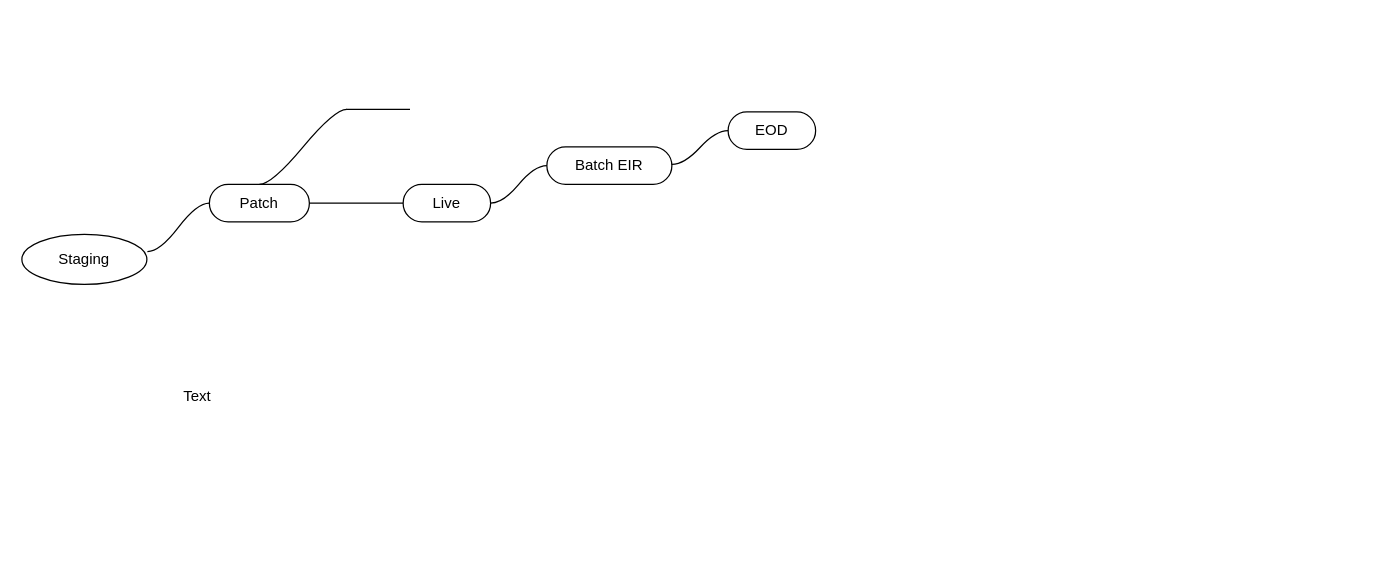
Above: Mindmap_Osx.drawio in chuckstory/KCDoc (draw.io), before the change. Source tidied: cells renumbered, new cells numbered last; positions are measured from the earlier drawing's top-left corner, leaving out a move shared by most shapes. Both pictures are drawn from the tidied source at 125%, with x=0, y=0 at pixel (21, 59).
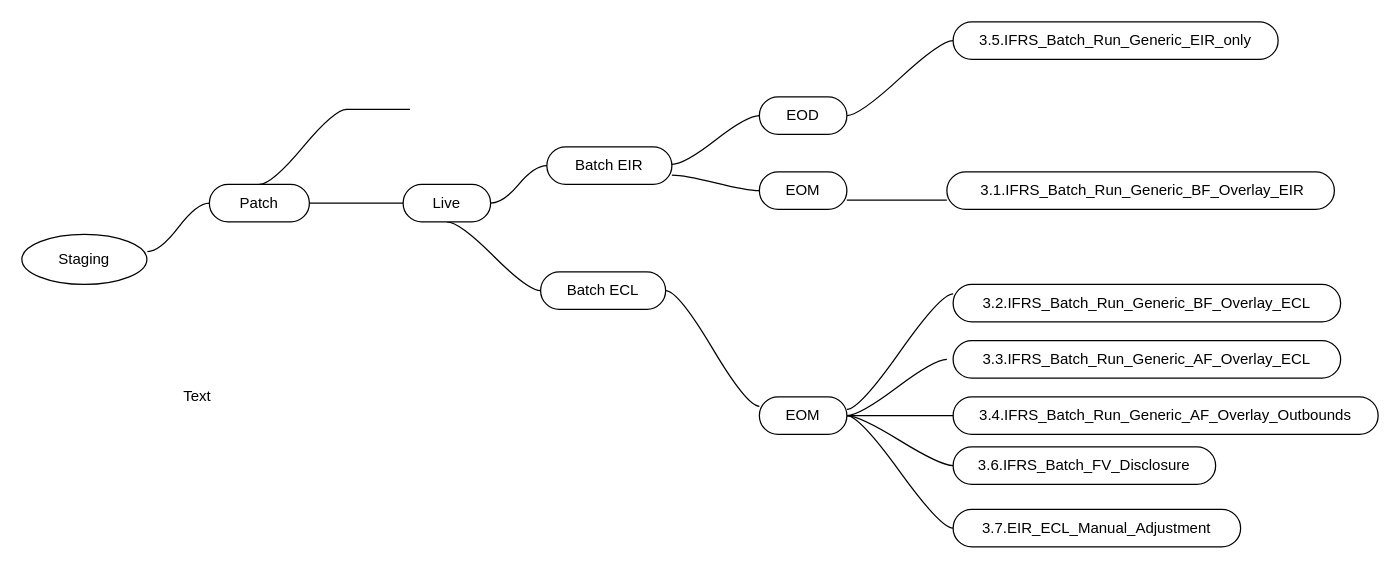
Above is the later version.

The change refers to these unchanged cells:
```xml
<mxCell id="7" value="Live" style="whiteSpace=wrap;html=1;rounded=1;arcSize=50;align=center;verticalAlign=middle;strokeWidth=1;spacing=4;newEdgeStyle={&quot;edgeStyle&quot;:&quot;entityRelationEdgeStyle&quot;,&quot;startArrow&quot;:&quot;none&quot;,&quot;endArrow&quot;:&quot;none&quot;,&quot;segment&quot;:10,&quot;curved&quot;:1,&quot;sourcePerimeterSpacing&quot;:0,&quot;targetPerimeterSpacing&quot;:0};" parent="1" vertex="1">
  <mxGeometry x="305" y="100" width="70" height="30" as="geometry" />
</mxCell>
<mxCell id="9" value="Batch EIR" style="whiteSpace=wrap;html=1;rounded=1;arcSize=50;align=center;verticalAlign=middle;strokeWidth=1;spacing=4;newEdgeStyle={&quot;edgeStyle&quot;:&quot;entityRelationEdgeStyle&quot;,&quot;startArrow&quot;:&quot;none&quot;,&quot;endArrow&quot;:&quot;none&quot;,&quot;segment&quot;:10,&quot;curved&quot;:1,&quot;sourcePerimeterSpacing&quot;:0,&quot;targetPerimeterSpacing&quot;:0};" parent="1" vertex="1">
  <mxGeometry x="420" y="70" width="100" height="30" as="geometry" />
</mxCell>
```

The edit, as a diff of the source:
```diff
@@
+    <mxCell id="14" style="edgeStyle=entityRelationEdgeStyle;html=1;startArrow=none;endArrow=none;segment=10;curved=1;sourcePerimeterSpacing=0;targetPerimeterSpacing=0;exitX=0.5;exitY=1;exitDx=0;exitDy=0;entryX=0;entryY=0.5;entryDx=0;entryDy=0;" parent="1" edge="1" source="7" target="25">
+      <mxGeometry relative="1" as="geometry" />
+    </mxCell>
@@
+    <mxCell id="15" style="edgeStyle=entityRelationEdgeStyle;html=1;startArrow=none;endArrow=none;segment=10;curved=1;sourcePerimeterSpacing=0;targetPerimeterSpacing=0;exitX=1;exitY=0.75;exitDx=0;exitDy=0;entryX=0;entryY=0.5;entryDx=0;entryDy=0;" parent="1" edge="1" source="9" target="26">
+      <mxGeometry relative="1" as="geometry" />
+    </mxCell>
@@
+    <mxCell id="16" style="edgeStyle=entityRelationEdgeStyle;html=1;startArrow=none;endArrow=none;segment=10;curved=1;sourcePerimeterSpacing=0;targetPerimeterSpacing=0;exitX=1;exitY=0.5;exitDx=0;exitDy=0;entryX=0;entryY=0.5;entryDx=0;entryDy=0;" parent="1" edge="1" source="12" target="27">
+      <mxGeometry relative="1" as="geometry" />
+    </mxCell>
     <mxCell id="12" value="EOD" style="whiteSpace=wrap;html=1;rounded=1;arcSize=50;align=center;verticalAlign=middle;strokeWidth=1;spacing=4;newEdgeStyle={&quot;edgeStyle&quot;:&quot;entityRelationEdgeStyle&quot;,&quot;startArrow&quot;:&quot;none&quot;,&quot;endArrow&quot;:&quot;none&quot;,&quot;segment&quot;:10,&quot;curved&quot;:1,&quot;sourcePerimeterSpacing&quot;:0,&quot;targetPerimeterSpacing&quot;:0};" parent="1" vertex="1">
-      <mxGeometry x="565" y="42" width="70" height="30" as="geometry" />
+      <mxGeometry x="590" y="30" width="70" height="30" as="geometry" />
     </mxCell>
@@
+    <mxCell id="17" style="edgeStyle=entityRelationEdgeStyle;html=1;startArrow=none;endArrow=none;segment=10;curved=1;sourcePerimeterSpacing=0;targetPerimeterSpacing=0;exitX=0;exitY=0.75;exitDx=0;exitDy=0;entryX=1;entryY=0.75;entryDx=0;entryDy=0;" parent="1" edge="1" source="18" target="26">
+      <mxGeometry relative="1" as="geometry" />
+    </mxCell>
+    <mxCell id="18" value="&amp;nbsp;3.1.IFRS_Batch_Run_Generic_BF_Overlay_EIR" style="whiteSpace=wrap;html=1;rounded=1;arcSize=50;align=center;verticalAlign=middle;strokeWidth=1;spacing=4;newEdgeStyle={&quot;edgeStyle&quot;:&quot;entityRelationEdgeStyle&quot;,&quot;startArrow&quot;:&quot;none&quot;,&quot;endArrow&quot;:&quot;none&quot;,&quot;segment&quot;:10,&quot;curved&quot;:1,&quot;sourcePerimeterSpacing&quot;:0,&quot;targetPerimeterSpacing&quot;:0};" parent="1" vertex="1">
+      <mxGeometry x="740" y="90" width="310" height="30" as="geometry" />
+    </mxCell>
+    <mxCell id="19" value="3.2.IFRS_Batch_Run_Generic_BF_Overlay_ECL" style="whiteSpace=wrap;html=1;rounded=1;arcSize=50;align=center;verticalAlign=middle;strokeWidth=1;spacing=4;newEdgeStyle={&quot;edgeStyle&quot;:&quot;entityRelationEdgeStyle&quot;,&quot;startArrow&quot;:&quot;none&quot;,&quot;endArrow&quot;:&quot;none&quot;,&quot;segment&quot;:10,&quot;curved&quot;:1,&quot;sourcePerimeterSpacing&quot;:0,&quot;targetPerimeterSpacing&quot;:0};" parent="1" vertex="1">
+      <mxGeometry x="745" y="180" width="310" height="30" as="geometry" />
+    </mxCell>
+    <mxCell id="20" value="3.3.IFRS_Batch_Run_Generic_AF_Overlay_ECL" style="whiteSpace=wrap;html=1;rounded=1;arcSize=50;align=center;verticalAlign=middle;strokeWidth=1;spacing=4;newEdgeStyle={&quot;edgeStyle&quot;:&quot;entityRelationEdgeStyle&quot;,&quot;startArrow&quot;:&quot;none&quot;,&quot;endArrow&quot;:&quot;none&quot;,&quot;segment&quot;:10,&quot;curved&quot;:1,&quot;sourcePerimeterSpacing&quot;:0,&quot;targetPerimeterSpacing&quot;:0};" parent="1" vertex="1">
+      <mxGeometry x="745" y="225" width="310" height="30" as="geometry" />
+    </mxCell>
+    <mxCell id="21" value="3.4.IFRS_Batch_Run_Generic_AF_Overlay_Outbounds" style="whiteSpace=wrap;html=1;rounded=1;arcSize=50;align=center;verticalAlign=middle;strokeWidth=1;spacing=4;newEdgeStyle={&quot;edgeStyle&quot;:&quot;entityRelationEdgeStyle&quot;,&quot;startArrow&quot;:&quot;none&quot;,&quot;endArrow&quot;:&quot;none&quot;,&quot;segment&quot;:10,&quot;curved&quot;:1,&quot;sourcePerimeterSpacing&quot;:0,&quot;targetPerimeterSpacing&quot;:0};" parent="1" vertex="1">
+      <mxGeometry x="745" y="270" width="340" height="30" as="geometry" />
+    </mxCell>
+    <mxCell id="22" value="3.6.IFRS_Batch_FV_Disclosure" style="whiteSpace=wrap;html=1;rounded=1;arcSize=50;align=center;verticalAlign=middle;strokeWidth=1;spacing=4;newEdgeStyle={&quot;edgeStyle&quot;:&quot;entityRelationEdgeStyle&quot;,&quot;startArrow&quot;:&quot;none&quot;,&quot;endArrow&quot;:&quot;none&quot;,&quot;segment&quot;:10,&quot;curved&quot;:1,&quot;sourcePerimeterSpacing&quot;:0,&quot;targetPerimeterSpacing&quot;:0};" parent="1" vertex="1">
+      <mxGeometry x="745" y="310" width="210" height="30" as="geometry" />
+    </mxCell>
+    <mxCell id="23" value="3.7.EIR_ECL_Manual_Adjustment" style="whiteSpace=wrap;html=1;rounded=1;arcSize=50;align=center;verticalAlign=middle;strokeWidth=1;spacing=4;newEdgeStyle={&quot;edgeStyle&quot;:&quot;entityRelationEdgeStyle&quot;,&quot;startArrow&quot;:&quot;none&quot;,&quot;endArrow&quot;:&quot;none&quot;,&quot;segment&quot;:10,&quot;curved&quot;:1,&quot;sourcePerimeterSpacing&quot;:0,&quot;targetPerimeterSpacing&quot;:0};" parent="1" vertex="1">
+      <mxGeometry x="745" y="360" width="230" height="30" as="geometry" />
+    </mxCell>
+    <mxCell id="24" style="edgeStyle=entityRelationEdgeStyle;html=1;startArrow=none;endArrow=none;segment=10;curved=1;sourcePerimeterSpacing=0;targetPerimeterSpacing=0;exitX=1;exitY=0.5;exitDx=0;exitDy=0;entryX=0;entryY=0.25;entryDx=0;entryDy=0;" parent="1" edge="1" source="25" target="33">
+      <mxGeometry relative="1" as="geometry" />
+    </mxCell>
+    <mxCell id="25" value="Batch ECL" style="whiteSpace=wrap;html=1;rounded=1;arcSize=50;align=center;verticalAlign=middle;strokeWidth=1;spacing=4;newEdgeStyle={&quot;edgeStyle&quot;:&quot;entityRelationEdgeStyle&quot;,&quot;startArrow&quot;:&quot;none&quot;,&quot;endArrow&quot;:&quot;none&quot;,&quot;segment&quot;:10,&quot;curved&quot;:1,&quot;sourcePerimeterSpacing&quot;:0,&quot;targetPerimeterSpacing&quot;:0};" parent="1" vertex="1">
+      <mxGeometry x="415" y="170" width="100" height="30" as="geometry" />
+    </mxCell>
+    <mxCell id="26" value="EOM" style="whiteSpace=wrap;html=1;rounded=1;arcSize=50;align=center;verticalAlign=middle;strokeWidth=1;spacing=4;newEdgeStyle={&quot;edgeStyle&quot;:&quot;entityRelationEdgeStyle&quot;,&quot;startArrow&quot;:&quot;none&quot;,&quot;endArrow&quot;:&quot;none&quot;,&quot;segment&quot;:10,&quot;curved&quot;:1,&quot;sourcePerimeterSpacing&quot;:0,&quot;targetPerimeterSpacing&quot;:0};" parent="1" vertex="1">
+      <mxGeometry x="590" y="90" width="70" height="30" as="geometry" />
+    </mxCell>
+    <mxCell id="27" value="3.5.IFRS_Batch_Run_Generic_EIR_only" style="whiteSpace=wrap;html=1;rounded=1;arcSize=50;align=center;verticalAlign=middle;strokeWidth=1;spacing=4;newEdgeStyle={&quot;edgeStyle&quot;:&quot;entityRelationEdgeStyle&quot;,&quot;startArrow&quot;:&quot;none&quot;,&quot;endArrow&quot;:&quot;none&quot;,&quot;segment&quot;:10,&quot;curved&quot;:1,&quot;sourcePerimeterSpacing&quot;:0,&quot;targetPerimeterSpacing&quot;:0};" parent="1" vertex="1">
+      <mxGeometry x="745" y="-30" width="260" height="30" as="geometry" />
+    </mxCell>
+    <mxCell id="28" style="edgeStyle=entityRelationEdgeStyle;html=1;startArrow=none;endArrow=none;segment=10;curved=1;sourcePerimeterSpacing=0;targetPerimeterSpacing=0;exitX=1;exitY=0.333;exitDx=0;exitDy=0;entryX=0;entryY=0.25;entryDx=0;entryDy=0;exitPerimeter=0;" parent="1" edge="1" source="33" target="19">
+      <mxGeometry relative="1" as="geometry" />
+    </mxCell>
+    <mxCell id="29" style="edgeStyle=entityRelationEdgeStyle;html=1;startArrow=none;endArrow=none;segment=10;curved=1;sourcePerimeterSpacing=0;targetPerimeterSpacing=0;exitX=1;exitY=0.5;exitDx=0;exitDy=0;" parent="1" edge="1" source="33">
+      <mxGeometry relative="1" as="geometry">
+        <mxPoint x="740" y="240" as="targetPoint" />
+      </mxGeometry>
+    </mxCell>
+    <mxCell id="30" style="edgeStyle=entityRelationEdgeStyle;html=1;startArrow=none;endArrow=none;segment=10;curved=1;sourcePerimeterSpacing=0;targetPerimeterSpacing=0;exitX=1;exitY=0.5;exitDx=0;exitDy=0;entryX=0;entryY=0.5;entryDx=0;entryDy=0;" parent="1" edge="1" source="33" target="21">
+      <mxGeometry relative="1" as="geometry" />
+    </mxCell>
+    <mxCell id="31" style="edgeStyle=entityRelationEdgeStyle;html=1;startArrow=none;endArrow=none;segment=10;curved=1;sourcePerimeterSpacing=0;targetPerimeterSpacing=0;exitX=1;exitY=0.5;exitDx=0;exitDy=0;entryX=0;entryY=0.5;entryDx=0;entryDy=0;" parent="1" edge="1" source="33" target="22">
+      <mxGeometry relative="1" as="geometry" />
+    </mxCell>
+    <mxCell id="32" style="edgeStyle=entityRelationEdgeStyle;html=1;startArrow=none;endArrow=none;segment=10;curved=1;sourcePerimeterSpacing=0;targetPerimeterSpacing=0;exitX=1;exitY=0.5;exitDx=0;exitDy=0;entryX=0;entryY=0.5;entryDx=0;entryDy=0;" parent="1" edge="1" source="33" target="23">
+      <mxGeometry relative="1" as="geometry" />
+    </mxCell>
+    <mxCell id="33" value="EOM" style="whiteSpace=wrap;html=1;rounded=1;arcSize=50;align=center;verticalAlign=middle;strokeWidth=1;spacing=4;newEdgeStyle={&quot;edgeStyle&quot;:&quot;entityRelationEdgeStyle&quot;,&quot;startArrow&quot;:&quot;none&quot;,&quot;endArrow&quot;:&quot;none&quot;,&quot;segment&quot;:10,&quot;curved&quot;:1,&quot;sourcePerimeterSpacing&quot;:0,&quot;targetPerimeterSpacing&quot;:0};" parent="1" vertex="1">
+      <mxGeometry x="590" y="270" width="70" height="30" as="geometry" />
+    </mxCell>
```
